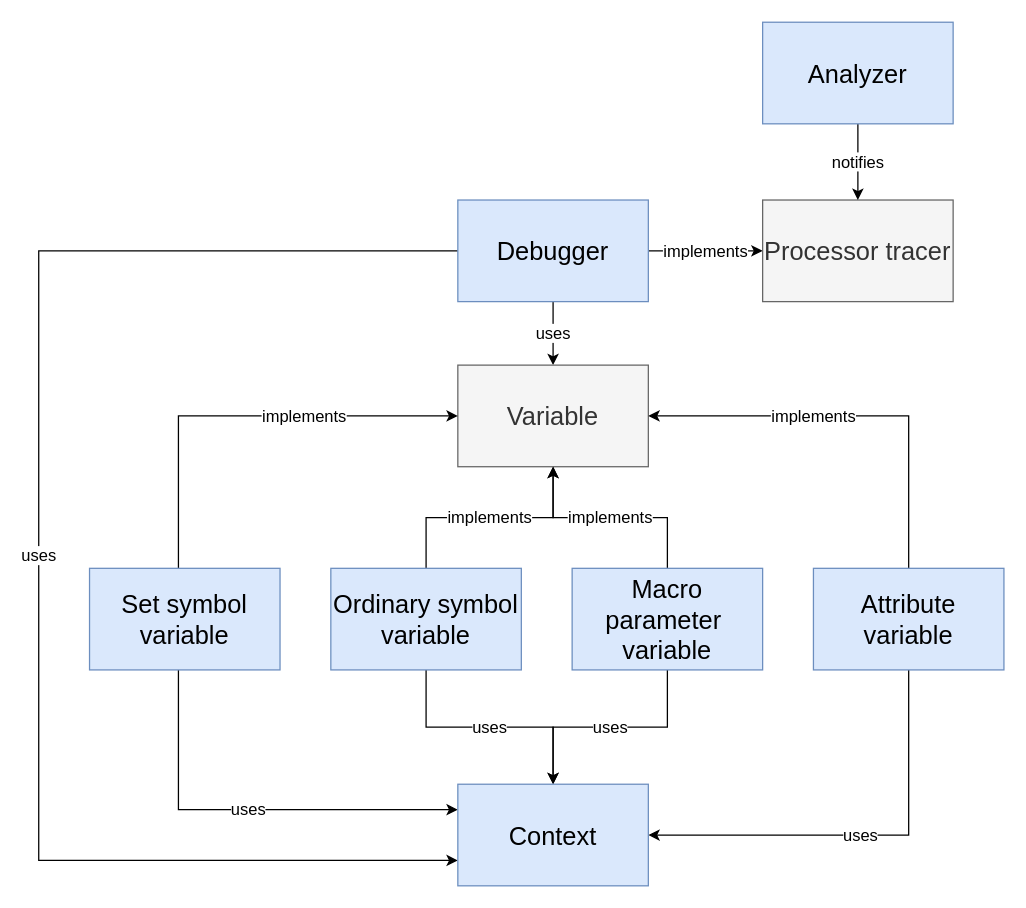
Earlier version of the draw.io diagram documentation/img/macro_tracer_arch.drawio (michalbali256/HlasmPlugin-docs). Source tidied: cells renumbered, new cells numbered last; positions are measured from the earlier drawing's top-left corner, leaving out a move shared by most shapes. Both pictures are drawn from the tidied source at 127%, with x=0, y=0 at pixel (38, 22).
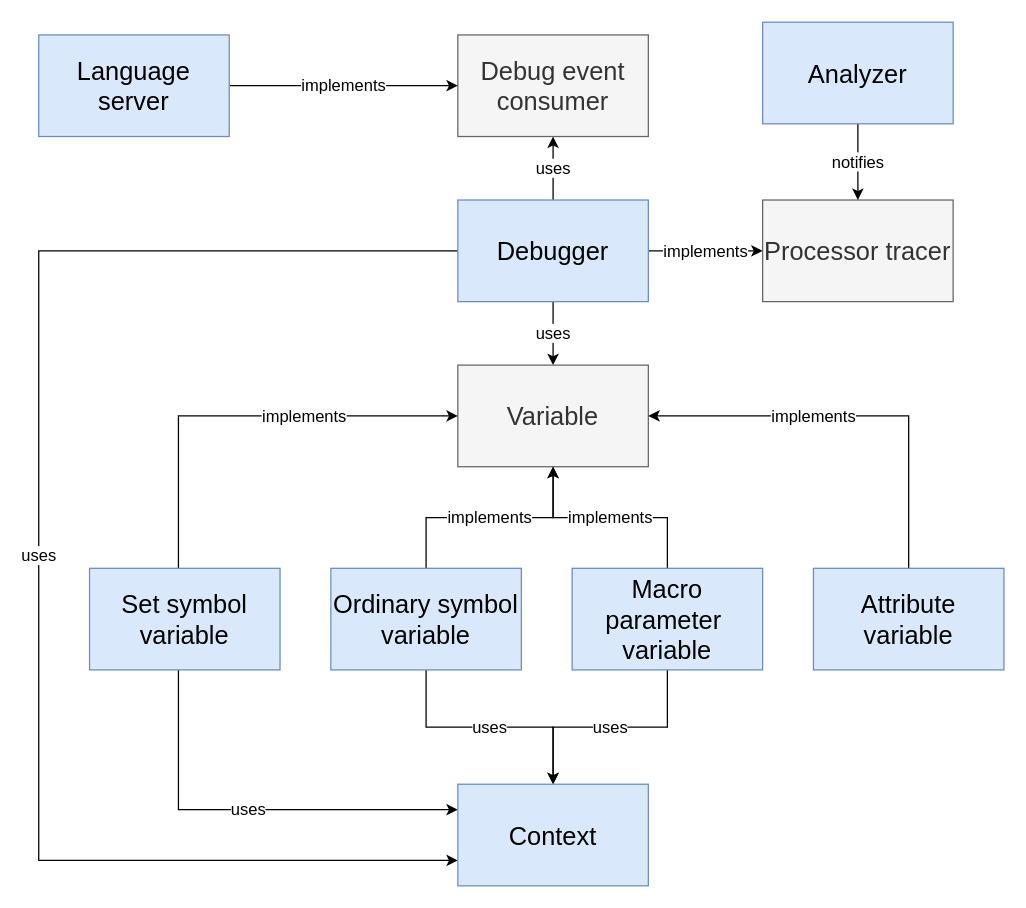
The same diagram, later.

Commit message (it also covers changes not shown here):
macro tracer done

The change refers to these unchanged cells:
```xml
<mxCell id="5" value="Debugger" style="rounded=0;whiteSpace=wrap;html=1;fillColor=#dae8fc;strokeColor=#6c8ebf;fontSize=20;" parent="1" vertex="1">
  <mxGeometry x="330" y="140" width="150" height="80" as="geometry" />
</mxCell>
<mxCell id="21" value="Attribute variable" style="rounded=0;whiteSpace=wrap;html=1;fillColor=#dae8fc;strokeColor=#6c8ebf;fontSize=20;" parent="1" vertex="1">
  <mxGeometry x="610" y="430" width="150" height="80" as="geometry" />
</mxCell>
<mxCell id="22" value="Context" style="rounded=0;whiteSpace=wrap;html=1;fillColor=#dae8fc;strokeColor=#6c8ebf;fontSize=20;" parent="1" vertex="1">
  <mxGeometry x="330" y="600" width="150" height="80" as="geometry" />
</mxCell>
```

Change to the diagram source:
```diff
@@
+    <mxCell id="20" value="uses" style="edgeStyle=orthogonalEdgeStyle;rounded=0;jettySize=auto;html=1;entryX=0.5;entryY=1;entryDx=0;entryDy=0;fontSize=13;" parent="1" edge="1" source="5" target="23">
+      <mxGeometry relative="1" as="geometry" />
+    </mxCell>
@@
-    <mxCell id="20" value="uses" style="edgeStyle=orthogonalEdgeStyle;rounded=0;jettySize=auto;html=1;entryX=1;entryY=0.5;entryDx=0;entryDy=0;fontSize=13;" parent="1" edge="1" source="21" target="22">
-      <mxGeometry relative="1" as="geometry">
-        <Array as="points">
-          <mxPoint x="685" y="640" />
-        </Array>
-      </mxGeometry>
-    </mxCell>
@@
+    <mxCell id="23" value="Debug event consumer" style="rounded=0;whiteSpace=wrap;html=1;fillColor=#f5f5f5;strokeColor=#666666;fontSize=20;fontColor=#333333;" parent="1" vertex="1">
+      <mxGeometry x="330" y="10" width="150" height="80" as="geometry" />
+    </mxCell>
+    <mxCell id="24" value="implements" style="edgeStyle=orthogonalEdgeStyle;rounded=0;jettySize=auto;html=1;entryX=0;entryY=0.5;entryDx=0;entryDy=0;fontSize=13;" parent="1" edge="1" source="25" target="23">
+      <mxGeometry relative="1" as="geometry" />
+    </mxCell>
+    <mxCell id="25" value="Language server" style="rounded=0;whiteSpace=wrap;html=1;fillColor=#dae8fc;strokeColor=#6c8ebf;fontSize=20;" parent="1" vertex="1">
+      <mxGeometry y="10" width="150" height="80" as="geometry" />
+    </mxCell>
```
